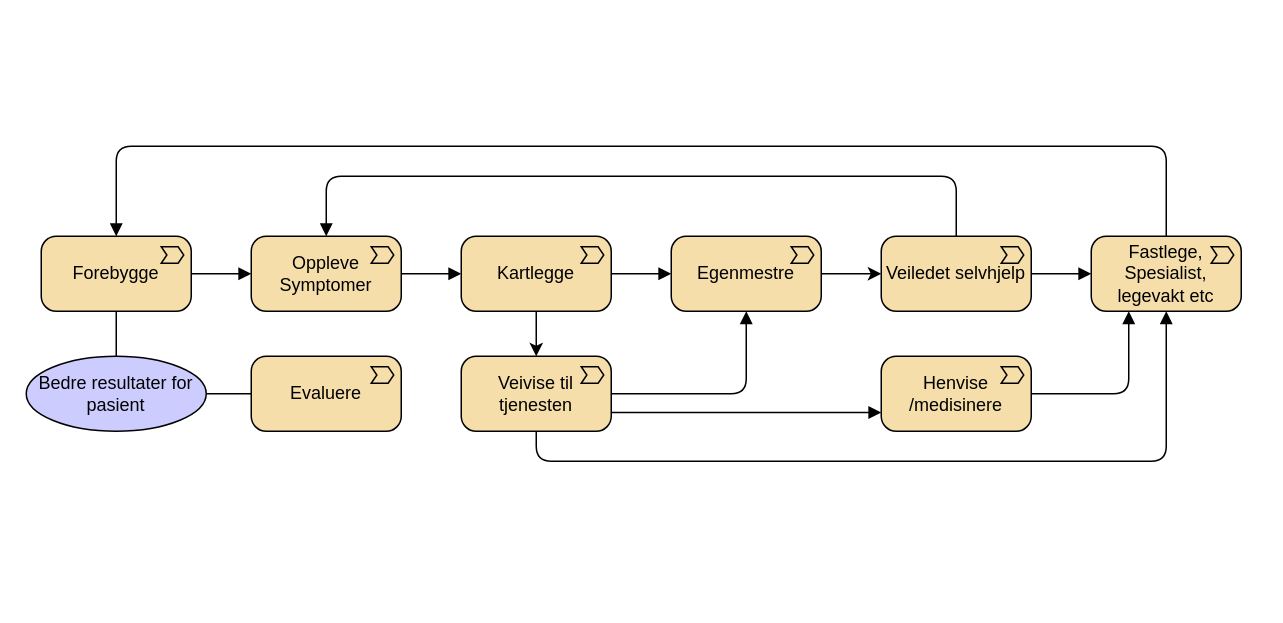
hdir/Digital-Forstelinje keeps this draw.io diagram as page "verdikjede-helsepersonell" (6 of 6) of docs/strategi/value-chain.drawio. Above is the earlier version. Source tidied: cells renumbered, new cells numbered last; positions are measured from the earlier drawing's top-left corner, leaving out a move shared by most shapes. Both pictures are drawn from the tidied source at 150%, with x=0, y=0 at pixel (26, 146).
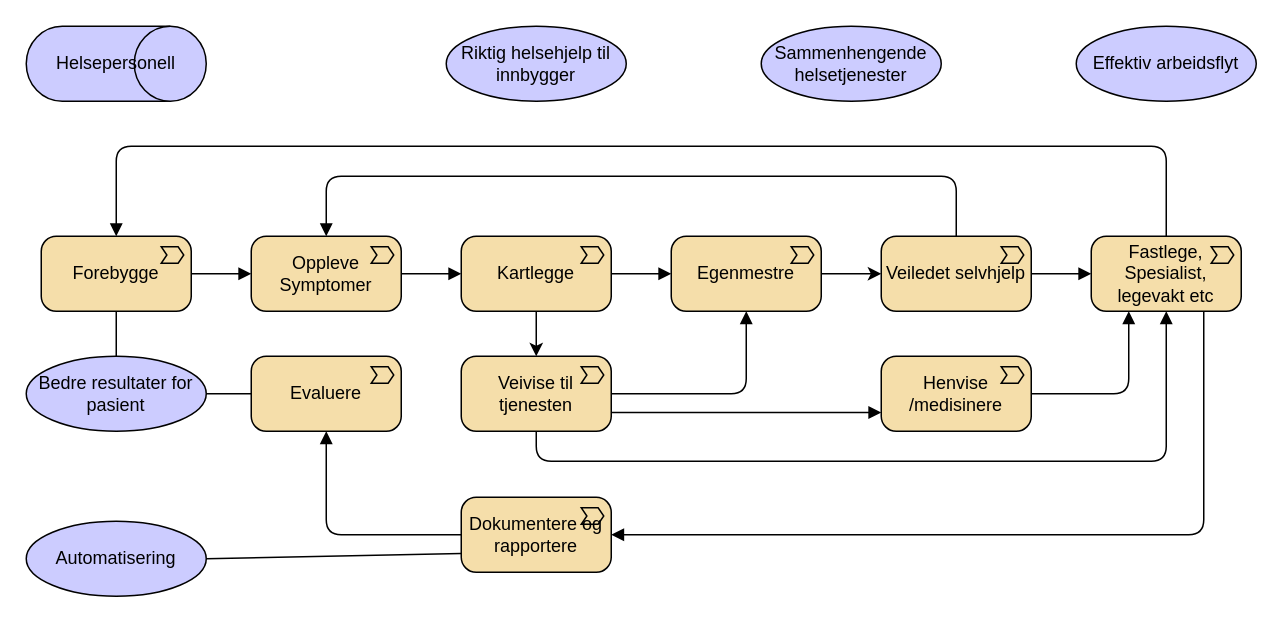
After the change.

The change refers to these unchanged cells:
```xml
<mxCell id="15" value="Fastlege, Spesialist, legevakt etc" style="html=1;outlineConnect=0;whiteSpace=wrap;fillColor=#F5DEAA;shape=mxgraph.archimate3.application;appType=valueStream;archiType=rounded;" parent="1" vertex="1">
  <mxGeometry x="710" y="60" width="100" height="50" as="geometry" />
</mxCell>
<mxCell id="23" value="Evaluere" style="html=1;outlineConnect=0;whiteSpace=wrap;fillColor=#F5DEAA;shape=mxgraph.archimate3.application;appType=valueStream;archiType=rounded;" parent="1" vertex="1">
  <mxGeometry x="150" y="140" width="100" height="50" as="geometry" />
</mxCell>
```

Diff of the diagram source:
```diff
@@
+    <mxCell id="26" value="Helsepersonell" style="html=1;whiteSpace=wrap;fillColor=#CCCCFF;shape=mxgraph.archimate3.role;" parent="1" vertex="1">
+      <mxGeometry y="-80" width="120" height="50" as="geometry" />
+    </mxCell>
+    <mxCell id="27" value="Sammenhengende helsetjenester" style="shape=ellipse;html=1;whiteSpace=wrap;fillColor=#CCCCFF;" parent="1" vertex="1">
+      <mxGeometry x="490" y="-80" width="120" height="50" as="geometry" />
+    </mxCell>
+    <mxCell id="28" value="Effektiv arbeidsflyt" style="shape=ellipse;html=1;whiteSpace=wrap;fillColor=#CCCCFF;" parent="1" vertex="1">
+      <mxGeometry x="700" y="-80" width="120" height="50" as="geometry" />
+    </mxCell>
+    <mxCell id="29" value="Automatisering" style="shape=ellipse;html=1;whiteSpace=wrap;fillColor=#CCCCFF;" parent="1" vertex="1">
+      <mxGeometry y="250" width="120" height="50" as="geometry" />
+    </mxCell>
+    <mxCell id="30" value="Riktig helsehjelp til innbygger" style="shape=ellipse;html=1;whiteSpace=wrap;fillColor=#CCCCFF;" parent="1" vertex="1">
+      <mxGeometry x="280" y="-80" width="120" height="50" as="geometry" />
+    </mxCell>
+    <mxCell id="31" value="Dokumentere og rapportere" style="html=1;outlineConnect=0;whiteSpace=wrap;fillColor=#F5DEAA;shape=mxgraph.archimate3.application;appType=valueStream;archiType=rounded;" parent="1" vertex="1">
+      <mxGeometry x="290" y="234" width="100" height="50" as="geometry" />
+    </mxCell>
+    <mxCell id="32" style="edgeStyle=orthogonalEdgeStyle;html=1;endArrow=block;dashed=0;elbow=vertical;endFill=1;entryX=1;entryY=0.5;entryDx=0;entryDy=0;entryPerimeter=0;exitX=0.75;exitY=1;exitDx=0;exitDy=0;exitPerimeter=0;" parent="1" edge="1" source="15" target="31">
+      <mxGeometry relative="1" as="geometry" />
+    </mxCell>
+    <mxCell id="33" style="edgeStyle=orthogonalEdgeStyle;html=1;endArrow=block;dashed=0;elbow=vertical;endFill=1;entryX=0.5;entryY=1;entryDx=0;entryDy=0;entryPerimeter=0;exitX=0;exitY=0.5;exitDx=0;exitDy=0;exitPerimeter=0;" parent="1" edge="1" source="31" target="23">
+      <mxGeometry relative="1" as="geometry" />
+    </mxCell>
+    <mxCell id="34" style="html=1;endArrow=none;elbow=vertical;exitX=1;exitY=0.5;exitDx=0;exitDy=0;entryX=0;entryY=0.75;entryDx=0;entryDy=0;entryPerimeter=0;" parent="1" edge="1" source="29" target="31">
+      <mxGeometry relative="1" as="geometry" />
+    </mxCell>
```
